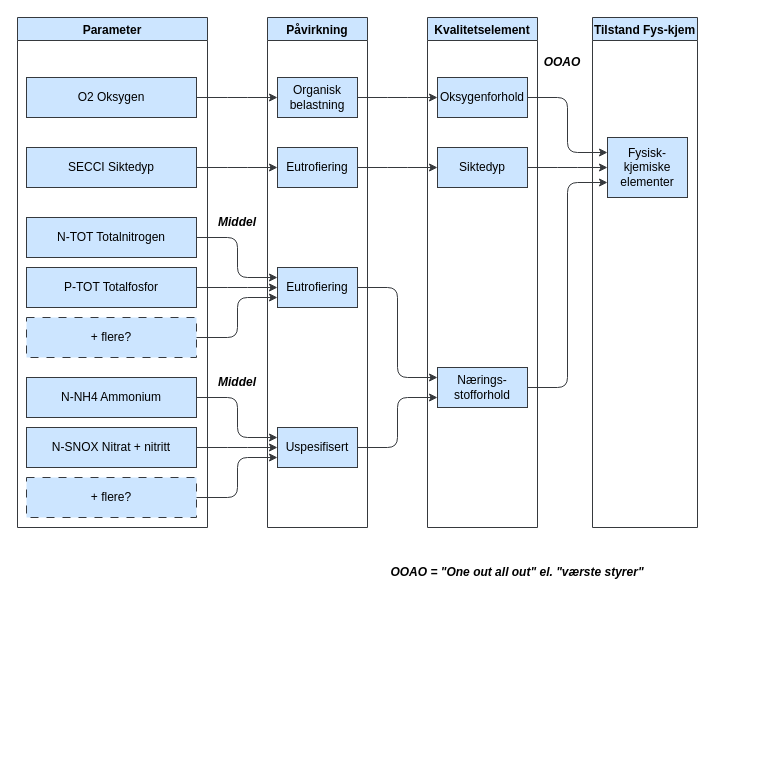
Earlier version of the draw.io diagram martini.drawio (ciaran-dk/flowchart). Source tidied: cells renumbered, new cells numbered last; positions are measured from the earlier drawing's top-left corner, leaving out a move shared by most shapes. Both pictures are drawn from the tidied source at 100%, with x=0, y=0 at pixel (17, 17).
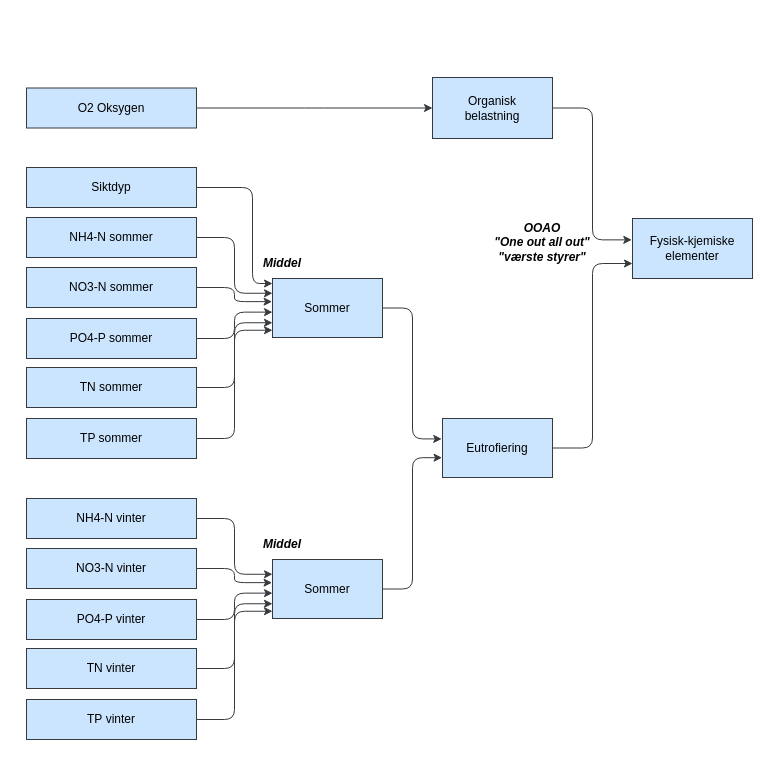
Above is the later version.

Change to the diagram source:
```diff
@@
-    <mxCell id="2" value="Oksygenforhold" style="whiteSpace=wrap;html=1;labelBackgroundColor=none;fillColor=#cce5ff;strokeColor=#36393d;fontColor=#000000;" parent="1" vertex="1">
-      <mxGeometry x="420" y="60" width="90" height="40" as="geometry" />
-    </mxCell>
-    <mxCell id="3" style="edgeStyle=elbowEdgeStyle;elbow=horizontal;html=1;rounded=1;curved=0;sourcePerimeterSpacing=0;targetPerimeterSpacing=0;startSize=6;endSize=6;entryX=0;entryY=0.25;entryDx=0;entryDy=0;labelBackgroundColor=none;fontColor=#000000;fillColor=#cce5ff;strokeColor=#36393d;" parent="1" edge="1" source="2" target="4">
-      <mxGeometry relative="1" as="geometry" />
-    </mxCell>
     <mxCell id="4" value="Fysisk-kjemiske elementer" style="whiteSpace=wrap;html=1;labelBackgroundColor=none;fillColor=#cce5ff;strokeColor=#36393d;fontColor=#000000;" parent="1" vertex="1">
-      <mxGeometry x="590" y="120" width="80" height="60" as="geometry" />
+      <mxGeometry x="615" y="201" width="120" height="60" as="geometry" />
     </mxCell>
-    <mxCell id="5" value="Siktedyp" style="whiteSpace=wrap;html=1;labelBackgroundColor=none;fillColor=#cce5ff;strokeColor=#36393d;fontColor=#000000;" parent="1" vertex="1">
-      <mxGeometry x="420" y="130" width="90" height="40" as="geometry" />
-    </mxCell>
-    <mxCell id="6" style="edgeStyle=elbowEdgeStyle;elbow=horizontal;html=1;rounded=1;curved=0;sourcePerimeterSpacing=0;targetPerimeterSpacing=0;startSize=6;endSize=6;entryX=0;entryY=0.5;entryDx=0;entryDy=0;labelBackgroundColor=none;fontColor=#000000;fillColor=#cce5ff;strokeColor=#36393d;" parent="1" edge="1" source="5" target="4">
-      <mxGeometry relative="1" as="geometry" />
-    </mxCell>
-    <mxCell id="7" style="edgeStyle=elbowEdgeStyle;elbow=horizontal;html=1;rounded=1;curved=0;sourcePerimeterSpacing=0;targetPerimeterSpacing=0;startSize=6;endSize=6;entryX=0;entryY=0.75;entryDx=0;entryDy=0;labelBackgroundColor=none;fontColor=#000000;fillColor=#cce5ff;strokeColor=#36393d;" parent="1" edge="1" source="34" target="4">
+    <mxCell id="7" style="edgeStyle=elbowEdgeStyle;elbow=horizontal;html=1;rounded=1;curved=0;sourcePerimeterSpacing=0;targetPerimeterSpacing=0;startSize=6;endSize=6;entryX=0;entryY=0.75;entryDx=0;entryDy=0;labelBackgroundColor=none;fontColor=#000000;fillColor=#cce5ff;strokeColor=#36393d;exitX=1;exitY=0.5;exitDx=0;exitDy=0;" parent="1" edge="1" source="12" target="4">
       <mxGeometry relative="1" as="geometry" />
     </mxCell>
-    <mxCell id="8" value="Eutrofiering" style="whiteSpace=wrap;html=1;labelBackgroundColor=none;fillColor=#cce5ff;strokeColor=#36393d;fontColor=#000000;" parent="1" vertex="1">
-      <mxGeometry x="260" y="250" width="80" height="40" as="geometry" />
+    <mxCell id="8" value="Sommer" style="whiteSpace=wrap;html=1;labelBackgroundColor=none;fillColor=#cce5ff;strokeColor=#36393d;fontColor=#000000;" parent="1" vertex="1">
+      <mxGeometry x="255" y="261" width="110" height="59" as="geometry" />
     </mxCell>
-    <mxCell id="9" style="edgeStyle=elbowEdgeStyle;elbow=horizontal;html=1;rounded=1;curved=0;sourcePerimeterSpacing=0;targetPerimeterSpacing=0;startSize=6;endSize=6;entryX=0;entryY=0.25;entryDx=0;entryDy=0;labelBackgroundColor=none;fontColor=#000000;fillColor=#cce5ff;strokeColor=#36393d;" parent="1" edge="1" source="8" target="34">
+    <mxCell id="9" style="edgeStyle=elbowEdgeStyle;elbow=horizontal;html=1;rounded=1;curved=0;sourcePerimeterSpacing=0;targetPerimeterSpacing=0;startSize=6;endSize=6;labelBackgroundColor=none;fontColor=#000000;fillColor=#cce5ff;strokeColor=#36393d;entryX=-0.007;entryY=0.346;entryDx=0;entryDy=0;entryPerimeter=0;" parent="1" edge="1" source="8" target="12">
       <mxGeometry relative="1" as="geometry" />
     </mxCell>
-    <mxCell id="10" value="N-TOT Totalnitrogen" style="whiteSpace=wrap;html=1;labelBackgroundColor=none;fillColor=#cce5ff;strokeColor=#36393d;fontColor=#000000;" parent="1" vertex="1">
+    <mxCell id="10" value="NH4-N sommer" style="whiteSpace=wrap;html=1;labelBackgroundColor=none;fillColor=#cce5ff;strokeColor=#36393d;fontColor=#000000;" parent="1" vertex="1">
       <mxGeometry x="9" y="200" width="170" height="40" as="geometry" />
     </mxCell>
-    <mxCell id="11" style="edgeStyle=elbowEdgeStyle;elbow=horizontal;html=1;rounded=1;curved=0;sourcePerimeterSpacing=0;targetPerimeterSpacing=0;startSize=6;endSize=6;entryX=0;entryY=0.25;entryDx=0;entryDy=0;labelBackgroundColor=none;fontColor=#000000;fillColor=#cce5ff;strokeColor=#36393d;" parent="1" edge="1" source="10" target="8">
+    <mxCell id="11" style="edgeStyle=elbowEdgeStyle;elbow=horizontal;html=1;rounded=1;curved=0;sourcePerimeterSpacing=0;targetPerimeterSpacing=0;startSize=6;endSize=6;labelBackgroundColor=none;fontColor=#000000;fillColor=#cce5ff;strokeColor=#36393d;entryX=0;entryY=0.25;entryDx=0;entryDy=0;" parent="1" edge="1" source="10" target="8">
       <mxGeometry relative="1" as="geometry" />
     </mxCell>
-    <mxCell id="12" value="Eutrofiering" style="whiteSpace=wrap;html=1;labelBackgroundColor=none;fillColor=#cce5ff;strokeColor=#36393d;fontColor=#000000;" parent="1" vertex="1">
-      <mxGeometry x="260" y="130" width="80" height="40" as="geometry" />
-    </mxCell>
-    <mxCell id="13" style="edgeStyle=elbowEdgeStyle;elbow=horizontal;html=1;rounded=1;curved=0;sourcePerimeterSpacing=0;targetPerimeterSpacing=0;startSize=6;endSize=6;entryX=0;entryY=0.5;entryDx=0;entryDy=0;labelBackgroundColor=none;fontColor=#000000;fillColor=#cce5ff;strokeColor=#36393d;" parent="1" edge="1" source="12" target="5">
-      <mxGeometry relative="1" as="geometry" />
-    </mxCell>
-    <mxCell id="14" value="SECCI Siktedyp" style="whiteSpace=wrap;html=1;labelBackgroundColor=none;fillColor=#cce5ff;strokeColor=#36393d;fontColor=#000000;" parent="1" vertex="1">
-      <mxGeometry x="9" y="130" width="170" height="40" as="geometry" />
+    <mxCell id="14" value="Siktdyp" style="whiteSpace=wrap;html=1;labelBackgroundColor=none;fillColor=#cce5ff;strokeColor=#36393d;fontColor=#000000;" parent="1" vertex="1">
+      <mxGeometry x="9" y="150" width="170" height="40" as="geometry" />
     </mxCell>
-    <mxCell id="15" style="edgeStyle=elbowEdgeStyle;elbow=horizontal;html=1;rounded=1;curved=0;sourcePerimeterSpacing=0;targetPerimeterSpacing=0;startSize=6;endSize=6;entryX=0;entryY=0.5;entryDx=0;entryDy=0;labelBackgroundColor=none;fontColor=#000000;fillColor=#cce5ff;strokeColor=#36393d;" parent="1" edge="1" source="14" target="12">
-      <mxGeometry relative="1" as="geometry" />
+    <mxCell id="15" style="edgeStyle=elbowEdgeStyle;elbow=horizontal;html=1;rounded=1;curved=0;sourcePerimeterSpacing=0;targetPerimeterSpacing=0;startSize=6;endSize=6;entryX=0;entryY=0.085;entryDx=0;entryDy=0;labelBackgroundColor=none;fontColor=#000000;fillColor=#cce5ff;strokeColor=#36393d;entryPerimeter=0;" parent="1" edge="1" source="14" target="8">
+      <mxGeometry relative="1" as="geometry">
+        <Array as="points">
+          <mxPoint x="235" y="211" />
+        </Array>
+      </mxGeometry>
     </mxCell>
-    <mxCell id="16" value="Organisk belastning" style="whiteSpace=wrap;html=1;labelBackgroundColor=none;fillColor=#cce5ff;strokeColor=#36393d;fontColor=#000000;" parent="1" vertex="1">
-      <mxGeometry x="260" y="60" width="80" height="40" as="geometry" />
+    <mxCell id="16" value="&lt;div&gt;Organisk&lt;/div&gt;&lt;div&gt;belastning&lt;/div&gt;" style="whiteSpace=wrap;html=1;labelBackgroundColor=none;fillColor=#cce5ff;strokeColor=#36393d;fontColor=#000000;" parent="1" vertex="1">
+      <mxGeometry x="415" y="60" width="120" height="61" as="geometry" />
     </mxCell>
-    <mxCell id="17" style="edgeStyle=elbowEdgeStyle;elbow=horizontal;html=1;rounded=1;curved=0;sourcePerimeterSpacing=0;targetPerimeterSpacing=0;startSize=6;endSize=6;entryX=0;entryY=0.5;entryDx=0;entryDy=0;labelBackgroundColor=none;fontColor=#000000;fillColor=#cce5ff;strokeColor=#36393d;" parent="1" edge="1" source="16" target="2">
+    <mxCell id="17" style="edgeStyle=elbowEdgeStyle;elbow=horizontal;html=1;rounded=1;curved=0;sourcePerimeterSpacing=0;targetPerimeterSpacing=0;startSize=6;endSize=6;entryX=-0.006;entryY=0.356;entryDx=0;entryDy=0;labelBackgroundColor=none;fontColor=#000000;fillColor=#cce5ff;strokeColor=#36393d;entryPerimeter=0;" parent="1" edge="1" source="16" target="4">
       <mxGeometry relative="1" as="geometry" />
     </mxCell>
     <mxCell id="18" value="O2 Oksygen" style="whiteSpace=wrap;html=1;labelBackgroundColor=none;fillColor=#cce5ff;strokeColor=#36393d;fontColor=#000000;" parent="1" vertex="1">
-      <mxGeometry x="9" y="60" width="170" height="40" as="geometry" />
+      <mxGeometry x="9" y="70.5" width="170" height="40" as="geometry" />
     </mxCell>
@@
-    <mxCell id="20" value="P-TOT Totalfosfor" style="whiteSpace=wrap;html=1;labelBackgroundColor=none;fillColor=#cce5ff;strokeColor=#36393d;fontColor=#000000;" parent="1" vertex="1">
+    <mxCell id="20" value="NO3-N sommer" style="whiteSpace=wrap;html=1;labelBackgroundColor=none;fillColor=#cce5ff;strokeColor=#36393d;fontColor=#000000;" parent="1" vertex="1">
       <mxGeometry x="9" y="250" width="170" height="40" as="geometry" />
     </mxCell>
-    <mxCell id="21" style="edgeStyle=elbowEdgeStyle;elbow=horizontal;html=1;rounded=1;curved=0;sourcePerimeterSpacing=0;targetPerimeterSpacing=0;startSize=6;endSize=6;entryX=0;entryY=0.5;entryDx=0;entryDy=0;labelBackgroundColor=none;fontColor=#000000;fillColor=#cce5ff;strokeColor=#36393d;" parent="1" edge="1" source="20" target="8">
+    <mxCell id="21" style="edgeStyle=elbowEdgeStyle;elbow=horizontal;html=1;rounded=1;curved=0;sourcePerimeterSpacing=0;targetPerimeterSpacing=0;startSize=6;endSize=6;entryX=-0.004;entryY=0.392;entryDx=0;entryDy=0;labelBackgroundColor=none;fontColor=#000000;fillColor=#cce5ff;strokeColor=#36393d;entryPerimeter=0;" parent="1" edge="1" source="20" target="8">
       <mxGeometry relative="1" as="geometry" />
     </mxCell>
-    <mxCell id="22" value="+ flere?" style="whiteSpace=wrap;html=1;dashed=1;dashPattern=8 8;labelBackgroundColor=none;fillColor=#cce5ff;strokeColor=#36393d;fontColor=#000000;" parent="1" vertex="1">
-      <mxGeometry x="9" y="300" width="170" height="40" as="geometry" />
-    </mxCell>
-    <mxCell id="23" style="edgeStyle=elbowEdgeStyle;elbow=horizontal;html=1;rounded=1;curved=0;sourcePerimeterSpacing=0;targetPerimeterSpacing=0;startSize=6;endSize=6;entryX=0;entryY=0.75;entryDx=0;entryDy=0;labelBackgroundColor=none;fontColor=#000000;fillColor=#cce5ff;strokeColor=#36393d;" parent="1" edge="1" source="22" target="8">
-      <mxGeometry relative="1" as="geometry" />
-    </mxCell>
-    <mxCell id="24" value="Parameter" style="swimlane;labelBackgroundColor=none;fillColor=#cce5ff;strokeColor=#36393d;fontColor=#000000;" parent="1" vertex="1">
-      <mxGeometry width="190" height="510" as="geometry" />
-    </mxCell>
-    <mxCell id="25" value="Uspesifisert" style="whiteSpace=wrap;html=1;labelBackgroundColor=none;fillColor=#cce5ff;strokeColor=#36393d;fontColor=#000000;" parent="24" vertex="1">
-      <mxGeometry x="260" y="410" width="80" height="40" as="geometry" />
-    </mxCell>
-    <mxCell id="26" value="N-NH4 Ammonium" style="whiteSpace=wrap;html=1;labelBackgroundColor=none;fillColor=#cce5ff;strokeColor=#36393d;fontColor=#000000;" parent="24" vertex="1">
-      <mxGeometry x="9" y="360" width="170" height="40" as="geometry" />
-    </mxCell>
-    <mxCell id="27" style="edgeStyle=elbowEdgeStyle;elbow=horizontal;html=1;rounded=1;curved=0;sourcePerimeterSpacing=0;targetPerimeterSpacing=0;startSize=6;endSize=6;entryX=0;entryY=0.25;entryDx=0;entryDy=0;labelBackgroundColor=none;fontColor=#000000;fillColor=#cce5ff;strokeColor=#36393d;" parent="24" edge="1" source="26" target="25">
-      <mxGeometry relative="1" as="geometry" />
-    </mxCell>
-    <mxCell id="28" value="N-SNOX Nitrat + nitritt" style="whiteSpace=wrap;html=1;labelBackgroundColor=none;fillColor=#cce5ff;strokeColor=#36393d;fontColor=#000000;" parent="24" vertex="1">
-      <mxGeometry x="9" y="410" width="170" height="40" as="geometry" />
-    </mxCell>
-    <mxCell id="29" style="edgeStyle=elbowEdgeStyle;elbow=horizontal;html=1;rounded=1;curved=0;sourcePerimeterSpacing=0;targetPerimeterSpacing=0;startSize=6;endSize=6;entryX=0;entryY=0.5;entryDx=0;entryDy=0;labelBackgroundColor=none;fontColor=#000000;fillColor=#cce5ff;strokeColor=#36393d;" parent="24" edge="1" source="28" target="25">
-      <mxGeometry relative="1" as="geometry" />
-    </mxCell>
-    <mxCell id="30" value="+ flere?" style="whiteSpace=wrap;html=1;dashed=1;dashPattern=8 8;labelBackgroundColor=none;fillColor=#cce5ff;strokeColor=#36393d;fontColor=#000000;" parent="24" vertex="1">
-      <mxGeometry x="9" y="460" width="170" height="40" as="geometry" />
-    </mxCell>
-    <mxCell id="31" style="edgeStyle=elbowEdgeStyle;elbow=horizontal;html=1;rounded=1;curved=0;sourcePerimeterSpacing=0;targetPerimeterSpacing=0;startSize=6;endSize=6;entryX=0;entryY=0.75;entryDx=0;entryDy=0;labelBackgroundColor=none;fontColor=#000000;fillColor=#cce5ff;strokeColor=#36393d;" parent="24" edge="1" source="30" target="25">
-      <mxGeometry relative="1" as="geometry" />
-    </mxCell>
-    <mxCell id="32" value="Påvirkning" style="swimlane;labelBackgroundColor=none;fillColor=#cce5ff;strokeColor=#36393d;fontColor=#000000;" parent="1" vertex="1">
-      <mxGeometry x="250" width="100" height="510" as="geometry" />
-    </mxCell>
-    <mxCell id="33" value="Kvalitetselement" style="swimlane;labelBackgroundColor=none;fillColor=#cce5ff;strokeColor=#36393d;fontColor=#000000;" parent="1" vertex="1">
-      <mxGeometry x="410" width="110" height="510" as="geometry" />
-    </mxCell>
-    <mxCell id="34" value="Nærings-stofforhold" style="whiteSpace=wrap;html=1;labelBackgroundColor=none;fillColor=#cce5ff;strokeColor=#36393d;fontColor=#000000;" parent="33" vertex="1">
-      <mxGeometry x="10" y="350" width="90" height="40" as="geometry" />
-    </mxCell>
-    <mxCell id="35" value="Tilstand Fys-kjem" style="swimlane;labelBackgroundColor=none;fillColor=#cce5ff;strokeColor=#36393d;fontColor=#000000;" parent="1" vertex="1">
-      <mxGeometry x="575" width="105" height="510" as="geometry" />
-    </mxCell>
-    <mxCell id="36" value="OOAO" style="text;html=1;align=center;verticalAlign=middle;whiteSpace=wrap;rounded=0;fontColor=#000000;fontStyle=3;" parent="35" vertex="1">
-      <mxGeometry x="-60" y="30" width="60" height="30" as="geometry" />
-    </mxCell>
-    <mxCell id="37" style="edgeStyle=elbowEdgeStyle;elbow=horizontal;html=1;rounded=1;curved=0;sourcePerimeterSpacing=0;targetPerimeterSpacing=0;startSize=6;endSize=6;exitX=1;exitY=0.5;exitDx=0;exitDy=0;entryX=0;entryY=0.75;entryDx=0;entryDy=0;labelBackgroundColor=none;fontColor=#000000;fillColor=#cce5ff;strokeColor=#36393d;" parent="1" edge="1" source="25" target="34">
-      <mxGeometry relative="1" as="geometry" />
-    </mxCell>
     <mxCell id="38" value="Middel" style="text;html=1;align=center;verticalAlign=middle;whiteSpace=wrap;rounded=0;fontColor=#000000;fontStyle=3;" parent="1" vertex="1">
-      <mxGeometry x="190" y="190" width="60" height="30" as="geometry" />
+      <mxGeometry x="235" y="231" width="60" height="30" as="geometry" />
     </mxCell>
+    <mxCell id="40" value="&lt;div&gt;OOAO&lt;/div&gt;&lt;div&gt;&quot;One out all out&quot;&lt;/div&gt;&lt;div&gt;&quot;værste styrer&quot;&lt;/div&gt;" style="text;html=1;align=center;verticalAlign=middle;whiteSpace=wrap;rounded=0;fontColor=#000000;fontStyle=3;" parent="1" vertex="1">
+      <mxGeometry x="455" y="210" width="140" height="30" as="geometry" />
+    </mxCell>
+    <mxCell id="41" style="edgeStyle=elbowEdgeStyle;elbow=horizontal;html=1;rounded=1;curved=0;sourcePerimeterSpacing=0;targetPerimeterSpacing=0;startSize=6;endSize=6;entryX=0;entryY=0.57;entryDx=0;entryDy=0;labelBackgroundColor=none;fontColor=#000000;fillColor=#cce5ff;strokeColor=#36393d;entryPerimeter=0;" parent="1" edge="1" target="8">
+      <mxGeometry relative="1" as="geometry">
+        <mxPoint x="179" y="321" as="sourcePoint" />
+      </mxGeometry>
+    </mxCell>
+    <mxCell id="42" value="PO4-P sommer" style="whiteSpace=wrap;html=1;labelBackgroundColor=none;fillColor=#cce5ff;strokeColor=#36393d;fontColor=#000000;" parent="1" vertex="1">
+      <mxGeometry x="9" y="301" width="170" height="40" as="geometry" />
+    </mxCell>
+    <mxCell id="43" value="TN sommer" style="whiteSpace=wrap;html=1;labelBackgroundColor=none;fillColor=#cce5ff;strokeColor=#36393d;fontColor=#000000;" parent="1" vertex="1">
+      <mxGeometry x="9" y="350" width="170" height="40" as="geometry" />
+    </mxCell>
+    <mxCell id="44" style="edgeStyle=elbowEdgeStyle;elbow=horizontal;html=1;rounded=1;curved=0;sourcePerimeterSpacing=0;targetPerimeterSpacing=0;startSize=6;endSize=6;entryX=0;entryY=0.75;entryDx=0;entryDy=0;labelBackgroundColor=none;fontColor=#000000;fillColor=#cce5ff;strokeColor=#36393d;" parent="1" edge="1" target="8">
+      <mxGeometry relative="1" as="geometry">
+        <mxPoint x="179" y="370" as="sourcePoint" />
+      </mxGeometry>
+    </mxCell>
+    <mxCell id="45" value="TP sommer" style="whiteSpace=wrap;html=1;labelBackgroundColor=none;fillColor=#cce5ff;strokeColor=#36393d;fontColor=#000000;" parent="1" vertex="1">
+      <mxGeometry x="9" y="401" width="170" height="40" as="geometry" />
+    </mxCell>
+    <mxCell id="46" style="edgeStyle=elbowEdgeStyle;elbow=horizontal;html=1;rounded=1;curved=0;sourcePerimeterSpacing=0;targetPerimeterSpacing=0;startSize=6;endSize=6;entryX=0;entryY=0.877;entryDx=0;entryDy=0;labelBackgroundColor=none;fontColor=#000000;fillColor=#cce5ff;strokeColor=#36393d;entryPerimeter=0;" parent="1" edge="1" source="45" target="8">
+      <mxGeometry relative="1" as="geometry" />
+    </mxCell>
+    <mxCell id="47" value="Sommer" style="whiteSpace=wrap;html=1;labelBackgroundColor=none;fillColor=#cce5ff;strokeColor=#36393d;fontColor=#000000;" parent="1" vertex="1">
+      <mxGeometry x="255" y="542" width="110" height="59" as="geometry" />
+    </mxCell>
+    <mxCell id="48" style="edgeStyle=elbowEdgeStyle;elbow=horizontal;html=1;rounded=1;curved=0;sourcePerimeterSpacing=0;targetPerimeterSpacing=0;startSize=6;endSize=6;labelBackgroundColor=none;fontColor=#000000;fillColor=#cce5ff;strokeColor=#36393d;entryX=-0.004;entryY=0.664;entryDx=0;entryDy=0;entryPerimeter=0;" parent="1" edge="1" source="47" target="12">
+      <mxGeometry relative="1" as="geometry" />
+    </mxCell>
+    <mxCell id="49" value="NH4-N vinter" style="whiteSpace=wrap;html=1;labelBackgroundColor=none;fillColor=#cce5ff;strokeColor=#36393d;fontColor=#000000;" parent="1" vertex="1">
+      <mxGeometry x="9" y="481" width="170" height="40" as="geometry" />
+    </mxCell>
+    <mxCell id="50" style="edgeStyle=elbowEdgeStyle;elbow=horizontal;html=1;rounded=1;curved=0;sourcePerimeterSpacing=0;targetPerimeterSpacing=0;startSize=6;endSize=6;labelBackgroundColor=none;fontColor=#000000;fillColor=#cce5ff;strokeColor=#36393d;entryX=0;entryY=0.25;entryDx=0;entryDy=0;" parent="1" edge="1" source="49" target="47">
+      <mxGeometry relative="1" as="geometry" />
+    </mxCell>
+    <mxCell id="51" value="NO3-N&amp;nbsp;vinter" style="whiteSpace=wrap;html=1;labelBackgroundColor=none;fillColor=#cce5ff;strokeColor=#36393d;fontColor=#000000;" parent="1" vertex="1">
+      <mxGeometry x="9" y="531" width="170" height="40" as="geometry" />
+    </mxCell>
+    <mxCell id="52" style="edgeStyle=elbowEdgeStyle;elbow=horizontal;html=1;rounded=1;curved=0;sourcePerimeterSpacing=0;targetPerimeterSpacing=0;startSize=6;endSize=6;entryX=-0.004;entryY=0.392;entryDx=0;entryDy=0;labelBackgroundColor=none;fontColor=#000000;fillColor=#cce5ff;strokeColor=#36393d;entryPerimeter=0;" parent="1" edge="1" source="51" target="47">
+      <mxGeometry relative="1" as="geometry" />
+    </mxCell>
     <mxCell id="39" value="Middel" style="text;html=1;align=center;verticalAlign=middle;whiteSpace=wrap;rounded=0;fontColor=#000000;fontStyle=3;" parent="1" vertex="1">
-      <mxGeometry x="190" y="350" width="60" height="30" as="geometry" />
+      <mxGeometry x="235" y="512" width="60" height="30" as="geometry" />
     </mxCell>
-    <mxCell id="40" value="OOAO = &quot;One out all out&quot; el. &quot;værste styrer&quot;" style="text;html=1;align=center;verticalAlign=middle;whiteSpace=wrap;rounded=0;fontColor=#000000;fontStyle=3;" parent="1" vertex="1">
-      <mxGeometry x="350" y="540" width="300" height="30" as="geometry" />
-    </mxCell>
+    <mxCell id="53" style="edgeStyle=elbowEdgeStyle;elbow=horizontal;html=1;rounded=1;curved=0;sourcePerimeterSpacing=0;targetPerimeterSpacing=0;startSize=6;endSize=6;entryX=0;entryY=0.57;entryDx=0;entryDy=0;labelBackgroundColor=none;fontColor=#000000;fillColor=#cce5ff;strokeColor=#36393d;entryPerimeter=0;" parent="1" edge="1" target="47">
+      <mxGeometry relative="1" as="geometry">
+        <mxPoint x="179" y="602" as="sourcePoint" />
+      </mxGeometry>
+    </mxCell>
+    <mxCell id="54" value="PO4-P&amp;nbsp;vinter" style="whiteSpace=wrap;html=1;labelBackgroundColor=none;fillColor=#cce5ff;strokeColor=#36393d;fontColor=#000000;" parent="1" vertex="1">
+      <mxGeometry x="9" y="582" width="170" height="40" as="geometry" />
+    </mxCell>
+    <mxCell id="55" value="TN&amp;nbsp;vinter" style="whiteSpace=wrap;html=1;labelBackgroundColor=none;fillColor=#cce5ff;strokeColor=#36393d;fontColor=#000000;" parent="1" vertex="1">
+      <mxGeometry x="9" y="631" width="170" height="40" as="geometry" />
+    </mxCell>
+    <mxCell id="56" style="edgeStyle=elbowEdgeStyle;elbow=horizontal;html=1;rounded=1;curved=0;sourcePerimeterSpacing=0;targetPerimeterSpacing=0;startSize=6;endSize=6;entryX=0;entryY=0.75;entryDx=0;entryDy=0;labelBackgroundColor=none;fontColor=#000000;fillColor=#cce5ff;strokeColor=#36393d;" parent="1" edge="1" target="47">
+      <mxGeometry relative="1" as="geometry">
+        <mxPoint x="179" y="651" as="sourcePoint" />
+      </mxGeometry>
+    </mxCell>
+    <mxCell id="57" value="TP&amp;nbsp;vinter" style="whiteSpace=wrap;html=1;labelBackgroundColor=none;fillColor=#cce5ff;strokeColor=#36393d;fontColor=#000000;" parent="1" vertex="1">
+      <mxGeometry x="9" y="682" width="170" height="40" as="geometry" />
+    </mxCell>
+    <mxCell id="58" style="edgeStyle=elbowEdgeStyle;elbow=horizontal;html=1;rounded=1;curved=0;sourcePerimeterSpacing=0;targetPerimeterSpacing=0;startSize=6;endSize=6;entryX=0;entryY=0.877;entryDx=0;entryDy=0;labelBackgroundColor=none;fontColor=#000000;fillColor=#cce5ff;strokeColor=#36393d;entryPerimeter=0;" parent="1" edge="1" source="57" target="47">
+      <mxGeometry relative="1" as="geometry" />
+    </mxCell>
+    <mxCell id="12" value="Eutrofiering" style="whiteSpace=wrap;html=1;labelBackgroundColor=none;fillColor=#cce5ff;strokeColor=#36393d;fontColor=#000000;" parent="1" vertex="1">
+      <mxGeometry x="425" y="401" width="110" height="59" as="geometry" />
+    </mxCell>
```
